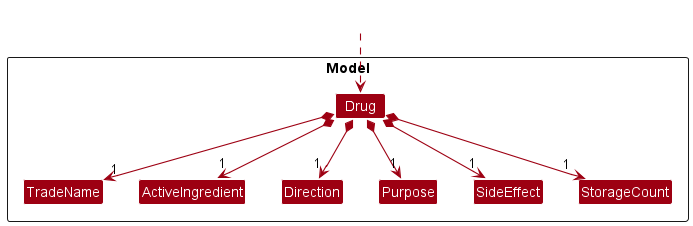
This is docs/images/DrugModelClassDiagram.png from nus-cs2103-AY2223S2/tp, a PlantUML export, as it was before one commit.
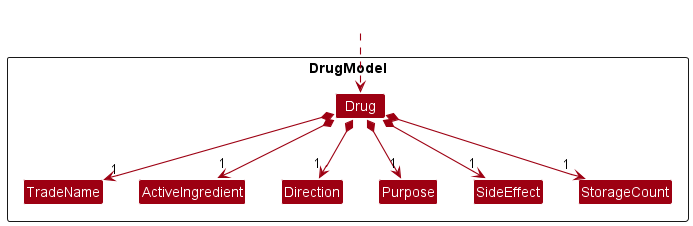
The same file after the commit.

Commit message:
Update UML diagram at correct path

What changed in the source:
```diff
@@ -4,7 +4,7 @@
 skinparam arrowColor MODEL_COLOR
 skinparam classBackgroundColor MODEL_COLOR
 
-Package Model <<Rectangle>>{
+Package DrugModel <<Rectangle>>{
 Class Drug
 Class ActiveIngredient
 Class Direction
```
